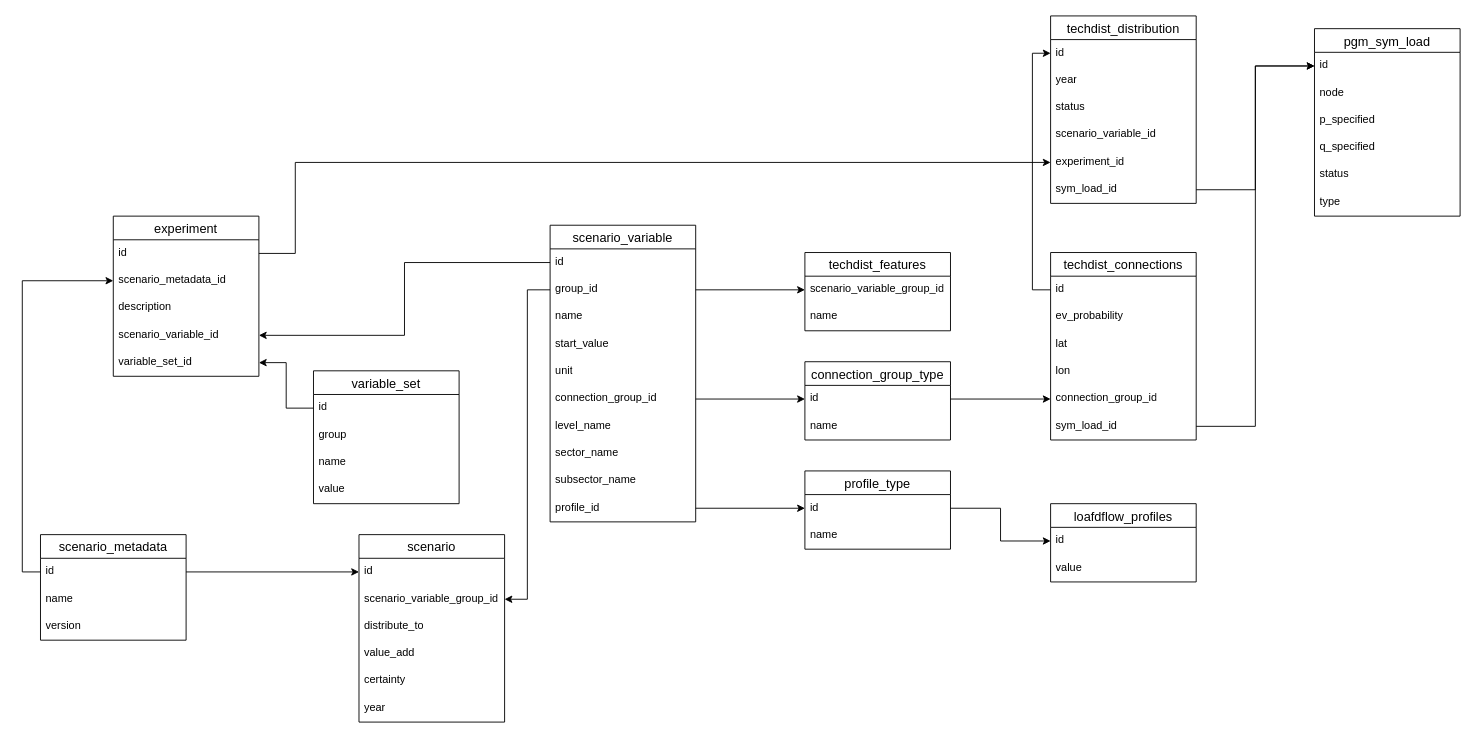
rubenverweij/std_setiam_uml keeps this draw.io diagram as datastructuur.drawio. Above is the earlier version. Source tidied: cells renumbered, new cells numbered last; positions are measured from the earlier drawing's top-left corner, leaving out a move shared by most shapes. Both pictures are drawn from the tidied source at 91%, with x=0, y=0 at pixel (40, 15).
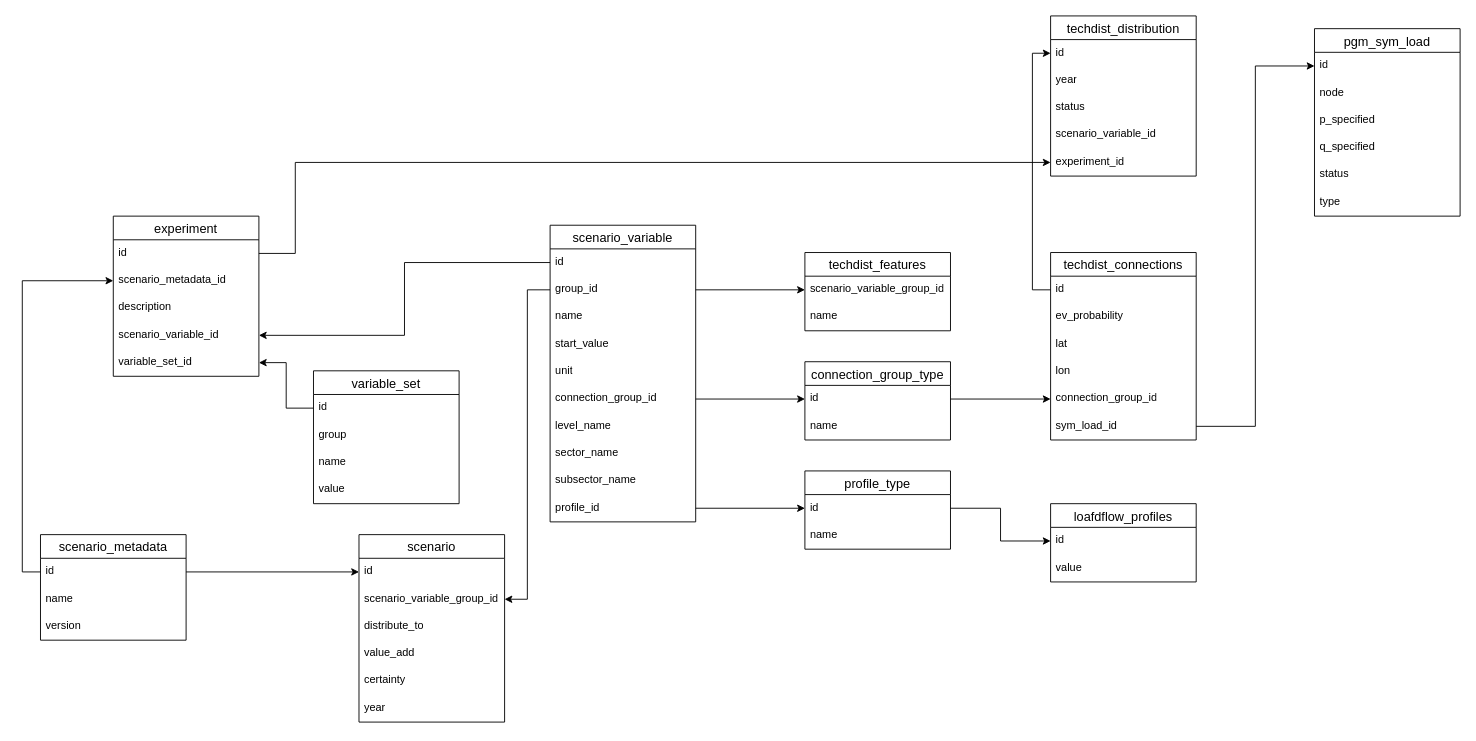
After the change.

Unchanged cells that the change refers to:
```xml
<mxCell id="65" value="id" style="text;strokeColor=none;fillColor=none;spacingLeft=4;spacingRight=4;overflow=hidden;points=[[0,0.5],[1,0.5]];portConstraint=eastwest;fontSize=12;whiteSpace=wrap;html=1;" parent="64" vertex="1">
  <mxGeometry y="26" width="160" height="30" as="geometry" />
</mxCell>
```

Diff of the diagram source:
```diff
@@
     <mxCell id="72" value="techdist_distribution" style="swimlane;fontStyle=0;horizontal=1;startSize=26;align=center;fontSize=14;" parent="1" vertex="1">
-      <mxGeometry x="1110" width="160" height="206" as="geometry" />
+      <mxGeometry x="1110" width="160" height="176" as="geometry" />
     </mxCell>
@@
-    <mxCell id="78" value="sym_load_id" style="text;strokeColor=none;fillColor=none;spacingLeft=4;spacingRight=4;overflow=hidden;points=[[0,0.5],[1,0.5]];portConstraint=eastwest;fontSize=12;whiteSpace=wrap;html=1;" parent="72" vertex="1">
-      <mxGeometry y="176" width="160" height="30" as="geometry" />
-    </mxCell>
@@
-    <mxCell id="80" style="edgeStyle=orthogonalEdgeStyle;rounded=0;jettySize=auto;html=1;exitX=1;exitY=0.5;exitDx=0;exitDy=0;entryX=0;entryY=0.5;entryDx=0;entryDy=0;" parent="1" edge="1" source="78" target="65">
-      <mxGeometry relative="1" as="geometry" />
-    </mxCell>
```
